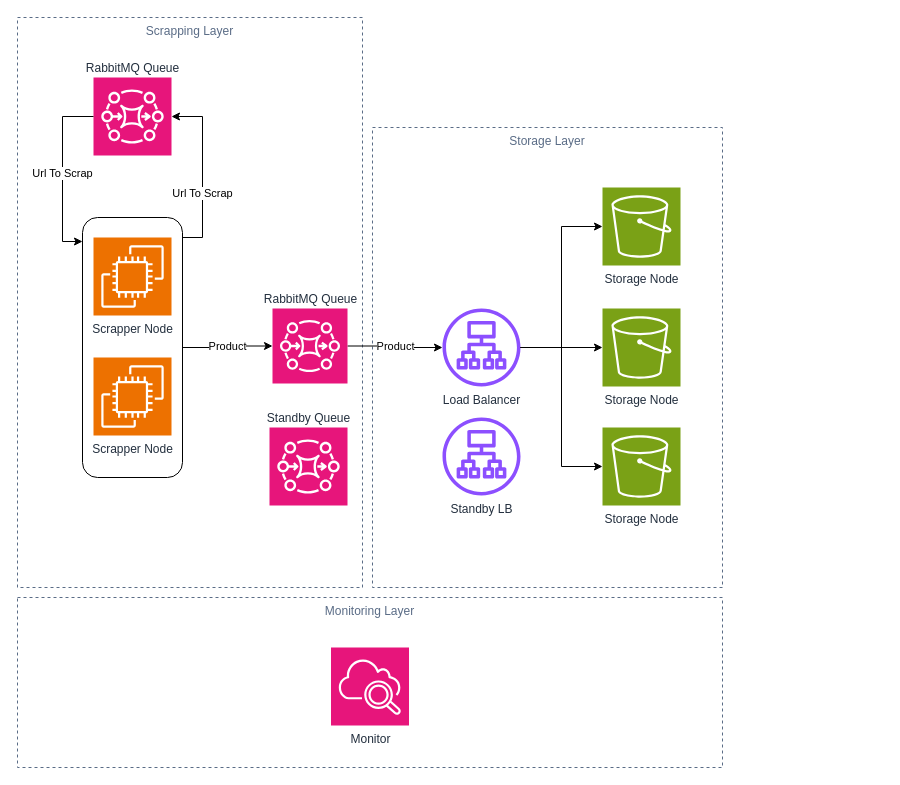
This is docs/Scrapper.drawio from Bromistas/Weaver, a draw.io file, before an edit. Source tidied: cells renumbered, new cells numbered last; positions are measured from the earlier drawing's top-left corner, leaving out a move shared by most shapes. Both pictures are drawn from the tidied source at 100%, with x=0, y=0 at pixel (17, 17).
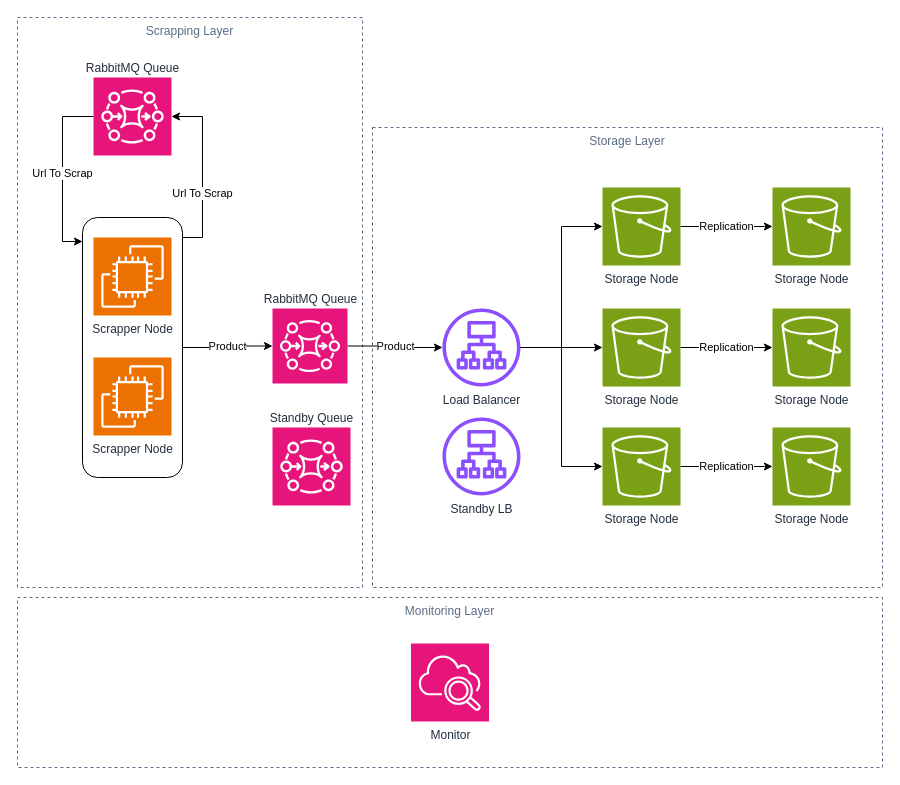
Above is the later version.

Unchanged cells that the change refers to:
```xml
<mxCell id="14" value="Storage Node" style="sketch=0;points=[[0,0,0],[0.25,0,0],[0.5,0,0],[0.75,0,0],[1,0,0],[0,1,0],[0.25,1,0],[0.5,1,0],[0.75,1,0],[1,1,0],[0,0.25,0],[0,0.5,0],[0,0.75,0],[1,0.25,0],[1,0.5,0],[1,0.75,0]];outlineConnect=0;fontColor=#232F3E;fillColor=#7AA116;strokeColor=#ffffff;dashed=0;verticalLabelPosition=bottom;verticalAlign=top;align=center;html=1;fontSize=12;fontStyle=0;shape=mxgraph.aws4.resourceIcon;resIcon=mxgraph.aws4.s3;" parent="1" vertex="1">
  <mxGeometry x="585" y="170" width="78" height="78" as="geometry" />
</mxCell>
<mxCell id="15" value="Storage Node" style="sketch=0;points=[[0,0,0],[0.25,0,0],[0.5,0,0],[0.75,0,0],[1,0,0],[0,1,0],[0.25,1,0],[0.5,1,0],[0.75,1,0],[1,1,0],[0,0.25,0],[0,0.5,0],[0,0.75,0],[1,0.25,0],[1,0.5,0],[1,0.75,0]];outlineConnect=0;fontColor=#232F3E;fillColor=#7AA116;strokeColor=#ffffff;dashed=0;verticalLabelPosition=bottom;verticalAlign=top;align=center;html=1;fontSize=12;fontStyle=0;shape=mxgraph.aws4.resourceIcon;resIcon=mxgraph.aws4.s3;" parent="1" vertex="1">
  <mxGeometry x="585" y="291" width="78" height="78" as="geometry" />
</mxCell>
<mxCell id="16" value="Storage Node" style="sketch=0;points=[[0,0,0],[0.25,0,0],[0.5,0,0],[0.75,0,0],[1,0,0],[0,1,0],[0.25,1,0],[0.5,1,0],[0.75,1,0],[1,1,0],[0,0.25,0],[0,0.5,0],[0,0.75,0],[1,0.25,0],[1,0.5,0],[1,0.75,0]];outlineConnect=0;fontColor=#232F3E;fillColor=#7AA116;strokeColor=#ffffff;dashed=0;verticalLabelPosition=bottom;verticalAlign=top;align=center;html=1;fontSize=12;fontStyle=0;shape=mxgraph.aws4.resourceIcon;resIcon=mxgraph.aws4.s3;" parent="1" vertex="1">
  <mxGeometry x="585" y="410" width="78" height="78" as="geometry" />
</mxCell>
```

The edit, as a diff of the source:
```diff
@@
     <mxCell id="3" value="Storage Layer" style="fillColor=none;strokeColor=#5A6C86;dashed=1;verticalAlign=top;fontStyle=0;fontColor=#5A6C86;whiteSpace=wrap;html=1;" parent="1" vertex="1">
-      <mxGeometry x="355" y="110" width="350" height="460" as="geometry" />
+      <mxGeometry x="355" y="110" width="510" height="460" as="geometry" />
     </mxCell>
@@
     <mxCell id="21" value="Standby Queue" style="sketch=0;fontColor=#232F3E;fillColor=#E7157B;strokeColor=#ffffff;dashed=0;verticalLabelPosition=top;verticalAlign=bottom;align=center;html=1;fontSize=12;fontStyle=0;shape=mxgraph.aws4.resourceIcon;resIcon=mxgraph.aws4.mq;labelPosition=center;" parent="1" vertex="1">
-      <mxGeometry x="252" y="410" width="78" height="78" as="geometry" />
+      <mxGeometry x="255" y="410" width="78" height="78" as="geometry" />
     </mxCell>
     <mxCell id="22" value="Monitoring Layer" style="fillColor=none;strokeColor=#5A6C86;dashed=1;verticalAlign=top;fontStyle=0;fontColor=#5A6C86;whiteSpace=wrap;html=1;" parent="1" vertex="1">
-      <mxGeometry y="580" width="705" height="170" as="geometry" />
+      <mxGeometry y="580" width="865" height="170" as="geometry" />
     </mxCell>
     <mxCell id="23" value="Monitor" style="sketch=0;fontColor=#232F3E;fillColor=#E7157B;strokeColor=#ffffff;dashed=0;verticalLabelPosition=bottom;verticalAlign=top;align=center;html=1;fontSize=12;fontStyle=0;shape=mxgraph.aws4.resourceIcon;resIcon=mxgraph.aws4.cloudwatch_2;" parent="1" vertex="1">
-      <mxGeometry x="313.5" y="630" width="78" height="78" as="geometry" />
+      <mxGeometry x="393.5" y="626" width="78" height="78" as="geometry" />
     </mxCell>
+    <mxCell id="24" value="Storage Node" style="sketch=0;points=[[0,0,0],[0.25,0,0],[0.5,0,0],[0.75,0,0],[1,0,0],[0,1,0],[0.25,1,0],[0.5,1,0],[0.75,1,0],[1,1,0],[0,0.25,0],[0,0.5,0],[0,0.75,0],[1,0.25,0],[1,0.5,0],[1,0.75,0]];outlineConnect=0;fontColor=#232F3E;fillColor=#7AA116;strokeColor=#ffffff;dashed=0;verticalLabelPosition=bottom;verticalAlign=top;align=center;html=1;fontSize=12;fontStyle=0;shape=mxgraph.aws4.resourceIcon;resIcon=mxgraph.aws4.s3;" parent="1" vertex="1">
+      <mxGeometry x="755" y="170" width="78" height="78" as="geometry" />
+    </mxCell>
+    <mxCell id="25" value="Storage Node" style="sketch=0;points=[[0,0,0],[0.25,0,0],[0.5,0,0],[0.75,0,0],[1,0,0],[0,1,0],[0.25,1,0],[0.5,1,0],[0.75,1,0],[1,1,0],[0,0.25,0],[0,0.5,0],[0,0.75,0],[1,0.25,0],[1,0.5,0],[1,0.75,0]];outlineConnect=0;fontColor=#232F3E;fillColor=#7AA116;strokeColor=#ffffff;dashed=0;verticalLabelPosition=bottom;verticalAlign=top;align=center;html=1;fontSize=12;fontStyle=0;shape=mxgraph.aws4.resourceIcon;resIcon=mxgraph.aws4.s3;" parent="1" vertex="1">
+      <mxGeometry x="755" y="291" width="78" height="78" as="geometry" />
+    </mxCell>
+    <mxCell id="26" value="Storage Node" style="sketch=0;points=[[0,0,0],[0.25,0,0],[0.5,0,0],[0.75,0,0],[1,0,0],[0,1,0],[0.25,1,0],[0.5,1,0],[0.75,1,0],[1,1,0],[0,0.25,0],[0,0.5,0],[0,0.75,0],[1,0.25,0],[1,0.5,0],[1,0.75,0]];outlineConnect=0;fontColor=#232F3E;fillColor=#7AA116;strokeColor=#ffffff;dashed=0;verticalLabelPosition=bottom;verticalAlign=top;align=center;html=1;fontSize=12;fontStyle=0;shape=mxgraph.aws4.resourceIcon;resIcon=mxgraph.aws4.s3;" parent="1" vertex="1">
+      <mxGeometry x="755" y="410" width="78" height="78" as="geometry" />
+    </mxCell>
+    <mxCell id="27" value="Replication" style="edgeStyle=orthogonalEdgeStyle;rounded=0;jettySize=auto;html=1;entryX=0;entryY=0.5;entryDx=0;entryDy=0;entryPerimeter=0;" parent="1" edge="1" source="14" target="24">
+      <mxGeometry relative="1" as="geometry" />
+    </mxCell>
+    <mxCell id="28" value="Replication" style="edgeStyle=orthogonalEdgeStyle;rounded=0;jettySize=auto;html=1;entryX=0;entryY=0.5;entryDx=0;entryDy=0;entryPerimeter=0;" parent="1" edge="1" source="15" target="25">
+      <mxGeometry relative="1" as="geometry" />
+    </mxCell>
+    <mxCell id="29" value="Replication" style="edgeStyle=orthogonalEdgeStyle;rounded=0;jettySize=auto;html=1;entryX=0;entryY=0.5;entryDx=0;entryDy=0;entryPerimeter=0;" parent="1" edge="1" source="16" target="26">
+      <mxGeometry relative="1" as="geometry" />
+    </mxCell>
```
